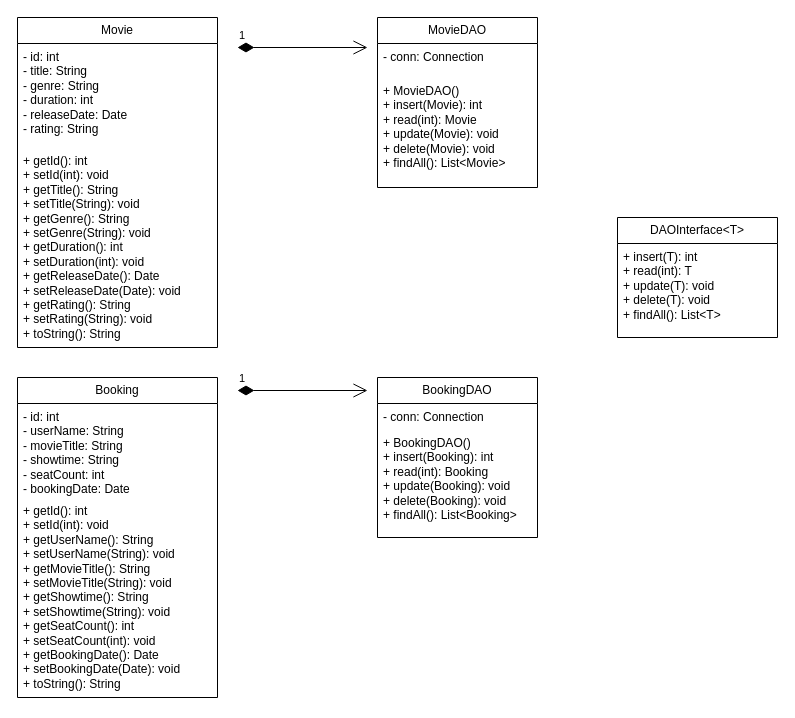
Above: UML.drawio in lleylawa/MovieTicket-Booking (draw.io), before the change. Source tidied: cells renumbered, new cells numbered last; positions are measured from the earlier drawing's top-left corner, leaving out a move shared by most shapes. Both pictures are drawn from the tidied source at 100%, with x=0, y=0 at pixel (17, 17).
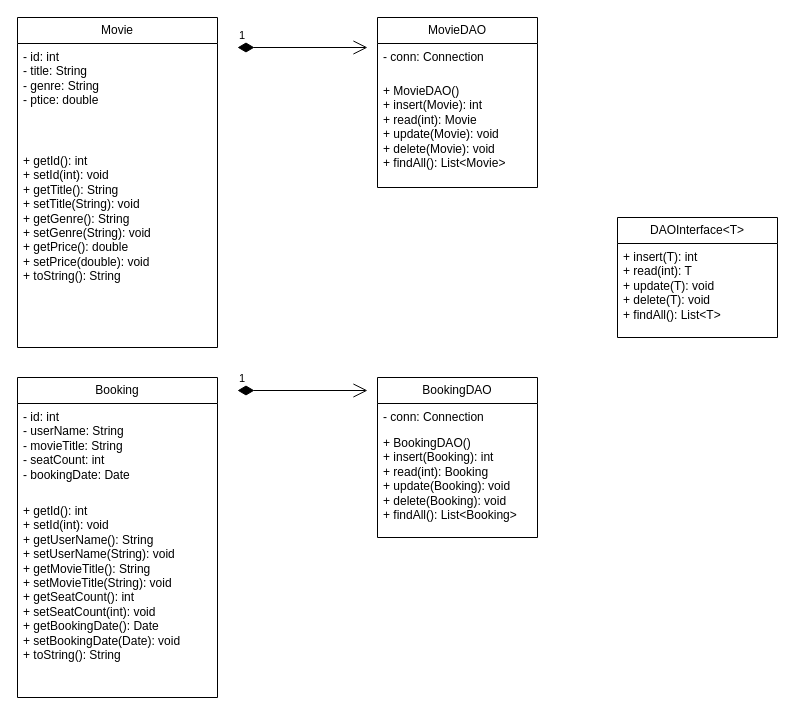
The same diagram, later.

What changed in the source:
```diff
@@
 <mxGraphModel>
   <root>
     <mxCell id="0" />
     <mxCell id="1" parent="0" />
     <mxCell id="2" value="Movie" style="swimlane;fontStyle=0;horizontal=1;startSize=26;fillColor=none;whiteSpace=wrap;html=1;" parent="1" vertex="1">
       <mxGeometry width="200" height="330" as="geometry" />
     </mxCell>
-    <mxCell id="3" value="- id: int&lt;div&gt;- title: String&lt;div&gt;- genre: String&lt;div&gt;- duration: int&lt;div&gt;- releaseDate: Date&lt;div&gt;- rating: String&lt;/div&gt;&lt;/div&gt;&lt;/div&gt;&lt;/div&gt;&lt;/div&gt;" style="text;strokeColor=none;fillColor=none;align=left;verticalAlign=top;spacingLeft=4;spacingRight=4;overflow=hidden;whiteSpace=wrap;html=1;" parent="2" vertex="1">
+    <mxCell id="3" value="- id: int&lt;div&gt;- title: String&lt;div&gt;- genre: String&lt;div&gt;- ptice: double&lt;/div&gt;&lt;/div&gt;&lt;/div&gt;" style="text;strokeColor=none;fillColor=none;align=left;verticalAlign=top;spacingLeft=4;spacingRight=4;overflow=hidden;whiteSpace=wrap;html=1;" parent="2" vertex="1">
       <mxGeometry y="26" width="200" height="104" as="geometry" />
     </mxCell>
-    <mxCell id="4" value="+ getId(): int&lt;div&gt;+ setId(int): void&lt;div&gt;+ getTitle(): String&lt;div&gt;+ setTitle(String): void&lt;div&gt;+ getGenre(): String&lt;div&gt;+ setGenre(String): void&lt;div&gt;+ getDuration(): int&lt;div&gt;+ setDuration(int): void&lt;div&gt;+ getReleaseDate(): Date&lt;div&gt;+ setReleaseDate(Date): void&lt;div&gt;+ getRating(): String&lt;div&gt;+ setRating(String): void&lt;div&gt;+ toString(): String&lt;/div&gt;&lt;/div&gt;&lt;/div&gt;&lt;/div&gt;&lt;/div&gt;&lt;/div&gt;&lt;/div&gt;&lt;/div&gt;&lt;/div&gt;&lt;/div&gt;&lt;/div&gt;&lt;/div&gt;" style="text;strokeColor=none;fillColor=none;align=left;verticalAlign=top;spacingLeft=4;spacingRight=4;overflow=hidden;whiteSpace=wrap;html=1;" parent="2" vertex="1">
+    <mxCell id="4" value="+ getId(): int&lt;div&gt;+ setId(int): void&lt;div&gt;+ getTitle(): String&lt;div&gt;+ setTitle(String): void&lt;div&gt;+ getGenre(): String&lt;div&gt;+ setGenre(String): void&lt;div&gt;+ getPrice(): double&lt;/div&gt;&lt;div&gt;+ setPrice(double): void&lt;br&gt;&lt;div&gt;&lt;span style=&quot;background-color: initial;&quot;&gt;+ toString(): String&lt;/span&gt;&lt;/div&gt;&lt;/div&gt;&lt;/div&gt;&lt;/div&gt;&lt;/div&gt;&lt;/div&gt;&lt;/div&gt;" style="text;strokeColor=none;fillColor=none;align=left;verticalAlign=top;spacingLeft=4;spacingRight=4;overflow=hidden;whiteSpace=wrap;html=1;" parent="2" vertex="1">
       <mxGeometry y="130" width="200" height="200" as="geometry" />
     </mxCell>
     <mxCell id="5" value="1" style="endArrow=open;html=1;endSize=12;startArrow=diamondThin;startSize=14;startFill=1;edgeStyle=orthogonalEdgeStyle;align=left;verticalAlign=bottom;rounded=0;" parent="1" edge="1">
       <mxGeometry x="-1" y="3" relative="1" as="geometry">
         <mxPoint x="220" y="30" as="sourcePoint" />
         <mxPoint x="350" y="30" as="targetPoint" />
       </mxGeometry>
     </mxCell>
     <mxCell id="6" value="MovieDAO" style="swimlane;fontStyle=0;horizontal=1;startSize=26;fillColor=none;whiteSpace=wrap;html=1;" parent="1" vertex="1">
       <mxGeometry x="360" width="160" height="170" as="geometry" />
     </mxCell>
     <mxCell id="7" value=" - conn: Connection&lt;div&gt;&lt;div&gt;&lt;br&gt;&lt;/div&gt;&lt;/div&gt;" style="text;strokeColor=none;fillColor=none;align=left;verticalAlign=top;spacingLeft=4;spacingRight=4;overflow=hidden;whiteSpace=wrap;html=1;" parent="6" vertex="1">
       <mxGeometry y="26" width="160" height="34" as="geometry" />
     </mxCell>
     <mxCell id="8" value="+ MovieDAO()&lt;div&gt;+ insert(Movie): int&lt;div&gt;+ read(int): Movie&lt;div&gt;+ update(Movie): void&lt;div&gt;+ delete(Movie): void&lt;div&gt;+ findAll(): List&amp;lt;Movie&amp;gt;&lt;/div&gt;&lt;/div&gt;&lt;/div&gt;&lt;/div&gt;&lt;/div&gt;" style="text;strokeColor=none;fillColor=none;align=left;verticalAlign=top;spacingLeft=4;spacingRight=4;overflow=hidden;whiteSpace=wrap;html=1;" parent="6" vertex="1">
       <mxGeometry y="60" width="160" height="110" as="geometry" />
     </mxCell>
     <mxCell id="9" value="Booking" style="swimlane;fontStyle=0;horizontal=1;startSize=26;fillColor=none;whiteSpace=wrap;html=1;" parent="1" vertex="1">
       <mxGeometry y="360" width="200" height="320" as="geometry" />
     </mxCell>
-    <mxCell id="10" value="- id: int&lt;div&gt;- userName: String&lt;/div&gt;&lt;div&gt;- movieTitle: String&lt;/div&gt;&lt;div&gt;- showtime: String&lt;/div&gt;&lt;div&gt;- seatCount: int&lt;/div&gt;&lt;div&gt;- bookingDate: Date &lt;/div&gt;" style="text;strokeColor=none;fillColor=none;align=left;verticalAlign=top;spacingLeft=4;spacingRight=4;overflow=hidden;whiteSpace=wrap;html=1;" parent="9" vertex="1">
+    <mxCell id="10" value="- id: int&lt;div&gt;- userName: String&lt;/div&gt;&lt;div&gt;- movieTitle: String&lt;/div&gt;&lt;div&gt;- seatCount: int&lt;/div&gt;&lt;div&gt;- bookingDate: Date &lt;/div&gt;" style="text;strokeColor=none;fillColor=none;align=left;verticalAlign=top;spacingLeft=4;spacingRight=4;overflow=hidden;whiteSpace=wrap;html=1;" parent="9" vertex="1">
       <mxGeometry y="26" width="200" height="94" as="geometry" />
     </mxCell>
-    <mxCell id="11" value="+ getId(): int&lt;div&gt;+ setId(int): void&lt;/div&gt;&lt;div&gt;+ getUserName(): String&lt;/div&gt;&lt;div&gt;+ setUserName(String): void&lt;/div&gt;&lt;div&gt;+ getMovieTitle(): String&lt;/div&gt;&lt;div&gt;+ setMovieTitle(String): void&lt;/div&gt;&lt;div&gt;+ getShowtime(): String&lt;/div&gt;&lt;div&gt;+ setShowtime(String): void&lt;/div&gt;&lt;div&gt;+ getSeatCount(): int&lt;/div&gt;&lt;div&gt;+ setSeatCount(int): void&lt;/div&gt;&lt;div&gt;+ getBookingDate(): Date&lt;/div&gt;&lt;div&gt;+ setBookingDate(Date): void&lt;/div&gt;&lt;div&gt;+ toString(): String&lt;/div&gt;" style="text;strokeColor=none;fillColor=none;align=left;verticalAlign=top;spacingLeft=4;spacingRight=4;overflow=hidden;whiteSpace=wrap;html=1;" parent="9" vertex="1">
+    <mxCell id="11" value="+ getId(): int&lt;div&gt;+ setId(int): void&lt;/div&gt;&lt;div&gt;+ getUserName(): String&lt;/div&gt;&lt;div&gt;+ setUserName(String): void&lt;/div&gt;&lt;div&gt;+ getMovieTitle(): String&lt;/div&gt;&lt;div&gt;+ setMovieTitle(String): void&lt;/div&gt;&lt;div&gt;+ getSeatCount(): int&lt;/div&gt;&lt;div&gt;+ setSeatCount(int): void&lt;/div&gt;&lt;div&gt;+ getBookingDate(): Date&lt;/div&gt;&lt;div&gt;+ setBookingDate(Date): void&lt;/div&gt;&lt;div&gt;+ toString(): String&lt;/div&gt;" style="text;strokeColor=none;fillColor=none;align=left;verticalAlign=top;spacingLeft=4;spacingRight=4;overflow=hidden;whiteSpace=wrap;html=1;" parent="9" vertex="1">
       <mxGeometry y="120" width="200" height="200" as="geometry" />
     </mxCell>
     <mxCell id="12" value="1" style="endArrow=open;html=1;endSize=12;startArrow=diamondThin;startSize=14;startFill=1;edgeStyle=orthogonalEdgeStyle;align=left;verticalAlign=bottom;rounded=0;" parent="1" edge="1">
       <mxGeometry x="-1" y="3" relative="1" as="geometry">
         <mxPoint x="220" y="373" as="sourcePoint" />
         <mxPoint x="350" y="373" as="targetPoint" />
       </mxGeometry>
     </mxCell>
     <mxCell id="13" value="BookingDAO" style="swimlane;fontStyle=0;horizontal=1;startSize=26;fillColor=none;whiteSpace=wrap;html=1;" parent="1" vertex="1">
       <mxGeometry x="360" y="360" width="160" height="160" as="geometry" />
     </mxCell>
     <mxCell id="14" value="- conn: Connection" style="text;strokeColor=none;fillColor=none;align=left;verticalAlign=top;spacingLeft=4;spacingRight=4;overflow=hidden;whiteSpace=wrap;html=1;" parent="13" vertex="1">
       <mxGeometry y="26" width="160" height="26" as="geometry" />
     </mxCell>
     <mxCell id="15" value=" + BookingDAO()&lt;div&gt;+ insert(Booking): int&lt;div&gt;+ read(int): Booking&lt;div&gt;+ update(Booking): void&lt;div&gt;+ delete(Booking): void&lt;div&gt;+ findAll(): List&amp;lt;Booking&amp;gt;&lt;/div&gt;&lt;/div&gt;&lt;/div&gt;&lt;/div&gt;&lt;/div&gt;" style="text;strokeColor=none;fillColor=none;align=left;verticalAlign=top;spacingLeft=4;spacingRight=4;overflow=hidden;whiteSpace=wrap;html=1;" parent="13" vertex="1">
       <mxGeometry y="52" width="160" height="108" as="geometry" />
     </mxCell>
     <mxCell id="16" value=" DAOInterface&amp;lt;T&amp;gt;" style="swimlane;fontStyle=0;horizontal=1;startSize=26;fillColor=none;whiteSpace=wrap;html=1;" parent="1" vertex="1">
       <mxGeometry x="600" y="200" width="160" height="120" as="geometry" />
     </mxCell>
     <mxCell id="17" value="+ insert(T): int&lt;div&gt;+ read(int): T&lt;div&gt;+ update(T): void&lt;div&gt;+ delete(T): void&lt;div&gt;+ findAll(): List&amp;lt;T&amp;gt;&lt;/div&gt;&lt;/div&gt;&lt;/div&gt;&lt;/div&gt;" style="text;strokeColor=none;fillColor=none;align=left;verticalAlign=top;spacingLeft=4;spacingRight=4;overflow=hidden;whiteSpace=wrap;html=1;" parent="16" vertex="1">
       <mxGeometry y="26" width="160" height="94" as="geometry" />
     </mxCell>
   </root>
 </mxGraphModel>
```
